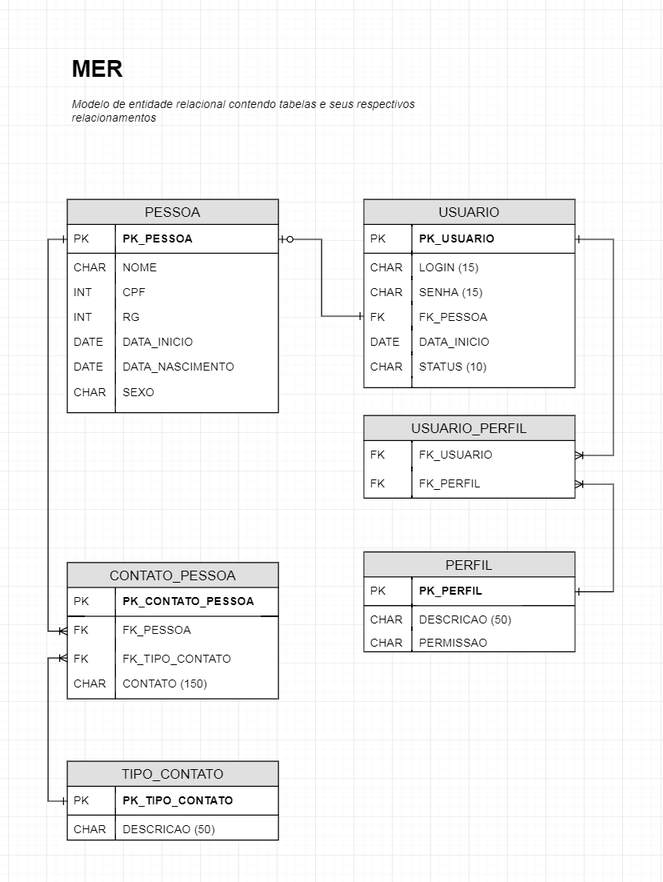
Before: documentos/MER.png, a diagram exported from draw.io (leoarauj/api). Source tidied: cells renumbered, new cells last; positions are measured from the earlier drawing's top-left corner, leaving out a move shared by most shapes.
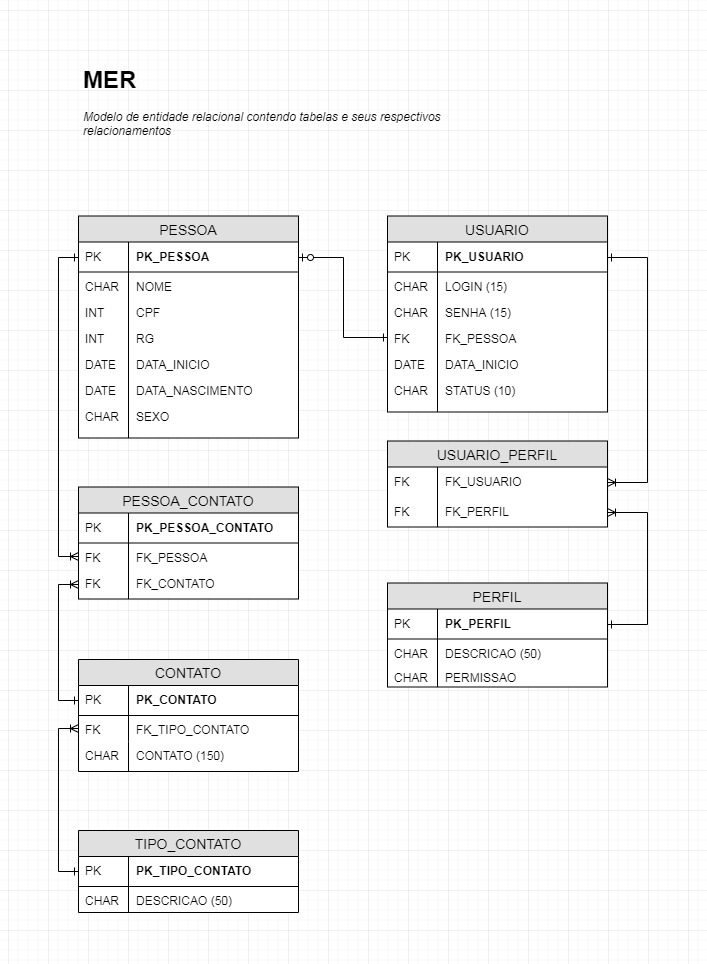
The same diagram one commit later.

Commit message:
Atualização do MER

Change to the diagram source:
```diff
@@ -153,35 +153,29 @@
     <mxCell id="48" style="edgeStyle=orthogonalEdgeStyle;rounded=0;jettySize=auto;html=1;entryX=1;entryY=0.5;entryDx=0;entryDy=0;startArrow=ERone;startFill=0;endArrow=ERzeroToOne;endFill=1;strokeColor=#000000;" parent="1" edge="1" source="26" target="3">
       <mxGeometry relative="1" as="geometry" />
     </mxCell>
-    <mxCell id="49" value="CONTATO_PESSOA" style="swimlane;fontStyle=0;horizontal=1;startSize=26;fillColor=#e0e0e0;swimlaneFillColor=#ffffff;align=center;fontSize=14;" parent="1" vertex="1">
-      <mxGeometry y="533.5" width="220" height="142" as="geometry" />
+    <mxCell id="49" value="CONTATO" style="swimlane;fontStyle=0;horizontal=1;startSize=26;fillColor=#e0e0e0;swimlaneFillColor=#ffffff;align=center;fontSize=14;" parent="1" vertex="1">
+      <mxGeometry y="599" width="220" height="112" as="geometry" />
     </mxCell>
-    <mxCell id="50" value="PK_CONTATO_PESSOA" style="shape=partialRectangle;top=0;left=0;right=0;bottom=1;align=left;verticalAlign=middle;fillColor=none;spacingLeft=55;spacingRight=4;overflow=hidden;points=[[0,0.5],[1,0.5]];portConstraint=eastwest;fontStyle=1;fontSize=12;spacing=2;" parent="49" vertex="1">
+    <mxCell id="50" value="PK_CONTATO" style="shape=partialRectangle;top=0;left=0;right=0;bottom=1;align=left;verticalAlign=middle;fillColor=none;spacingLeft=55;spacingRight=4;overflow=hidden;points=[[0,0.5],[1,0.5]];portConstraint=eastwest;fontStyle=1;fontSize=12;spacing=2;" parent="49" vertex="1">
       <mxGeometry y="26" width="220" height="30" as="geometry" />
     </mxCell>
     <mxCell id="51" value="PK" style="shape=partialRectangle;top=0;left=0;bottom=0;fillColor=none;align=left;verticalAlign=middle;spacingLeft=4;spacingRight=4;overflow=hidden;fontSize=12;" parent="50" vertex="1">
       <mxGeometry width="50" height="30" as="geometry" />
     </mxCell>
-    <mxCell id="52" value="FK_PESSOA" style="shape=partialRectangle;top=0;left=0;right=0;bottom=0;align=left;verticalAlign=top;fillColor=none;spacingLeft=55;spacingRight=4;overflow=hidden;points=[[0,0.5],[1,0.5]];portConstraint=eastwest;fontSize=12;" parent="49" vertex="1">
-      <mxGeometry y="56" width="220" height="30" as="geometry" />
-    </mxCell>
-    <mxCell id="53" value="FK" style="shape=partialRectangle;top=0;left=0;bottom=0;fillColor=none;align=left;verticalAlign=top;spacingLeft=4;spacingRight=4;overflow=hidden;fontSize=12;" parent="52" vertex="1">
-      <mxGeometry width="50" height="30" as="geometry" />
-    </mxCell>
     <mxCell id="54" value="FK_TIPO_CONTATO" style="shape=partialRectangle;top=0;left=0;right=0;bottom=0;align=left;verticalAlign=top;fillColor=none;spacingLeft=55;spacingRight=4;overflow=hidden;points=[[0,0.5],[1,0.5]];portConstraint=eastwest;fontSize=12;" parent="49" vertex="1">
-      <mxGeometry y="86" width="220" height="26" as="geometry" />
+      <mxGeometry y="56" width="220" height="26" as="geometry" />
     </mxCell>
     <mxCell id="55" value="FK" style="shape=partialRectangle;top=0;left=0;bottom=0;fillColor=none;align=left;verticalAlign=top;spacingLeft=4;spacingRight=4;overflow=hidden;fontSize=12;" parent="54" vertex="1">
       <mxGeometry width="50" height="26" as="geometry" />
     </mxCell>
     <mxCell id="56" value="CONTATO (150)" style="shape=partialRectangle;top=0;left=0;right=0;bottom=0;align=left;verticalAlign=top;fillColor=none;spacingLeft=55;spacingRight=4;overflow=hidden;fontSize=12;" parent="49" vertex="1">
-      <mxGeometry y="112" width="220" height="30" as="geometry" />
+      <mxGeometry y="82" width="220" height="30" as="geometry" />
     </mxCell>
     <mxCell id="57" value="CHAR" style="shape=partialRectangle;top=0;left=0;bottom=0;fillColor=none;align=left;verticalAlign=top;spacingLeft=4;spacingRight=4;overflow=hidden;fontSize=12;" parent="56" vertex="1">
       <mxGeometry width="50" height="30" as="geometry" />
     </mxCell>
     <mxCell id="58" value="TIPO_CONTATO" style="swimlane;fontStyle=0;horizontal=1;startSize=26;fillColor=#e0e0e0;swimlaneFillColor=#ffffff;align=center;fontSize=14;" parent="1" vertex="1">
-      <mxGeometry y="740.5" width="220" height="82" as="geometry" />
+      <mxGeometry y="770" width="220" height="82" as="geometry" />
     </mxCell>
     <mxCell id="59" value="PK_TIPO_CONTATO" style="shape=partialRectangle;top=0;left=0;right=0;bottom=1;align=left;verticalAlign=middle;fillColor=none;spacingLeft=55;spacingRight=4;overflow=hidden;points=[[0,0.5],[1,0.5]];portConstraint=eastwest;fontStyle=1;fontSize=12;spacing=2;" parent="58" vertex="1">
       <mxGeometry y="26" width="220" height="30" as="geometry" />
@@ -198,11 +192,35 @@
     <mxCell id="63" style="edgeStyle=orthogonalEdgeStyle;rounded=0;jettySize=auto;html=1;exitX=0;exitY=0.5;exitDx=0;exitDy=0;entryX=0;entryY=0.5;entryDx=0;entryDy=0;startArrow=ERoneToMany;startFill=0;endArrow=ERone;endFill=0;strokeColor=#000000;shadow=0;" parent="1" edge="1" source="54" target="59">
       <mxGeometry relative="1" as="geometry" />
     </mxCell>
+    <mxCell id="65" value="&lt;h1&gt;MER&lt;/h1&gt;&lt;p&gt;&lt;i&gt;Modelo de entidade relacional contendo tabelas e seus respectivos relacionamentos&lt;/i&gt;&lt;/p&gt;" style="text;html=1;strokeColor=none;fillColor=none;spacing=5;spacingTop=-20;whiteSpace=wrap;overflow=hidden;rounded=0;align=left;" parent="1" vertex="1">
+      <mxGeometry width="380" height="110" as="geometry" />
+    </mxCell>
+    <mxCell id="66" value="PESSOA_CONTATO" style="swimlane;fontStyle=0;horizontal=1;startSize=26;fillColor=#e0e0e0;swimlaneFillColor=#ffffff;align=center;fontSize=14;" parent="1" vertex="1">
+      <mxGeometry y="426.5" width="220" height="112" as="geometry" />
+    </mxCell>
+    <mxCell id="67" value="PK_PESSOA_CONTATO" style="shape=partialRectangle;top=0;left=0;right=0;bottom=1;align=left;verticalAlign=middle;fillColor=none;spacingLeft=55;spacingRight=4;overflow=hidden;fontStyle=1;fontSize=12;spacing=2;" parent="66" vertex="1">
+      <mxGeometry y="26" width="220" height="30" as="geometry" />
+    </mxCell>
+    <mxCell id="68" value="PK" style="shape=partialRectangle;top=0;left=0;bottom=0;fillColor=none;align=left;verticalAlign=middle;spacingLeft=4;spacingRight=4;overflow=hidden;fontSize=12;" parent="67" vertex="1">
+      <mxGeometry width="50" height="30" as="geometry" />
+    </mxCell>
+    <mxCell id="52" value="FK_PESSOA" style="shape=partialRectangle;top=0;left=0;right=0;bottom=0;align=left;verticalAlign=top;fillColor=none;spacingLeft=55;spacingRight=4;overflow=hidden;points=[[0,0.5],[1,0.5]];portConstraint=eastwest;fontSize=12;" parent="66" vertex="1">
+      <mxGeometry y="56" width="220" height="26" as="geometry" />
+    </mxCell>
+    <mxCell id="69" value="FK" style="shape=partialRectangle;top=0;left=0;bottom=0;fillColor=none;align=left;verticalAlign=top;spacingLeft=4;spacingRight=4;overflow=hidden;fontSize=12;" parent="52" vertex="1">
+      <mxGeometry width="50" height="26" as="geometry" />
+    </mxCell>
+    <mxCell id="70" value="FK_CONTATO" style="shape=partialRectangle;top=0;left=0;right=0;bottom=0;align=left;verticalAlign=top;fillColor=none;spacingLeft=55;spacingRight=4;overflow=hidden;points=[[0,0.5],[1,0.5]];portConstraint=eastwest;fontSize=12;" parent="66" vertex="1">
+      <mxGeometry y="82" width="220" height="30" as="geometry" />
+    </mxCell>
+    <mxCell id="53" value="FK" style="shape=partialRectangle;top=0;left=0;bottom=0;fillColor=none;align=left;verticalAlign=top;spacingLeft=4;spacingRight=4;overflow=hidden;fontSize=12;" parent="70" vertex="1">
+      <mxGeometry width="50" height="30" as="geometry" />
+    </mxCell>
-    <mxCell id="64" style="edgeStyle=orthogonalEdgeStyle;rounded=0;jettySize=auto;html=1;exitX=0;exitY=0.5;exitDx=0;exitDy=0;entryX=0;entryY=0.5;entryDx=0;entryDy=0;shadow=0;startArrow=ERoneToMany;startFill=0;endArrow=ERone;endFill=0;strokeColor=#000000;" parent="1" edge="1" source="52" target="3">
+    <mxCell id="64" style="edgeStyle=orthogonalEdgeStyle;rounded=0;jettySize=auto;html=1;exitX=0;exitY=0.5;exitDx=0;exitDy=0;entryX=0;entryY=0.5;entryDx=0;entryDy=0;startArrow=ERoneToMany;startFill=0;endArrow=ERone;endFill=0;" parent="1" edge="1" source="52" target="3">
       <mxGeometry relative="1" as="geometry" />
     </mxCell>
-    <mxCell id="65" value="&lt;h1&gt;MER&lt;/h1&gt;&lt;p&gt;&lt;i&gt;Modelo de entidade relacional contendo tabelas e seus respectivos relacionamentos&lt;/i&gt;&lt;/p&gt;" style="text;html=1;strokeColor=none;fillColor=none;spacing=5;spacingTop=-20;whiteSpace=wrap;overflow=hidden;rounded=0;align=left;" parent="1" vertex="1">
-      <mxGeometry width="380" height="110" as="geometry" />
-    </mxCell>
+    <mxCell id="71" style="edgeStyle=orthogonalEdgeStyle;rounded=0;jettySize=auto;html=1;exitX=0;exitY=0.5;exitDx=0;exitDy=0;entryX=0;entryY=0.5;entryDx=0;entryDy=0;startArrow=ERoneToMany;startFill=0;endArrow=ERone;endFill=0;" parent="1" edge="1" source="70" target="50">
+      <mxGeometry relative="1" as="geometry" />
+    </mxCell>
   </root>
 </mxGraphModel>
```
